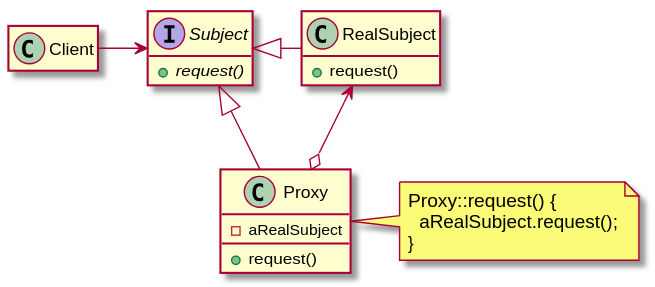
Before: programming/patterns/Proxy/Class.svg, a diagram exported from PlantUML (pvc1989/miniWiki).
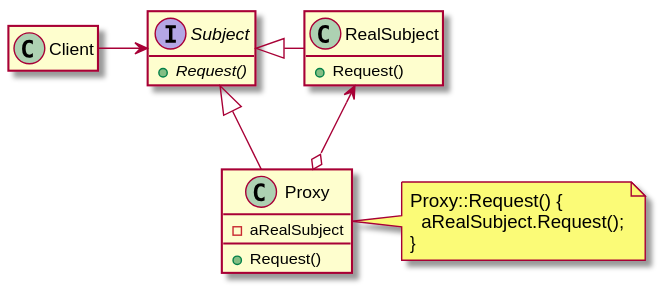
After the change.

Commit message:
Update diagram and description for Proxy.

Change to the diagram source:
```diff
@@ -5,19 +5,19 @@
 RealSubject <--o Proxy
 
 interface Subject {
-  {abstract} +request()
+  {abstract} +Request()
 }
 class RealSubject {
-  +request()
+  +Request()
 }
 
 class Proxy {
   -aRealSubject
-  +request()
+  +Request()
 }
 note right of Proxy
-  Proxy::request() {
-    aRealSubject.request();
+  Proxy::Request() {
+    aRealSubject.Request();
   }
 end note
 
```
